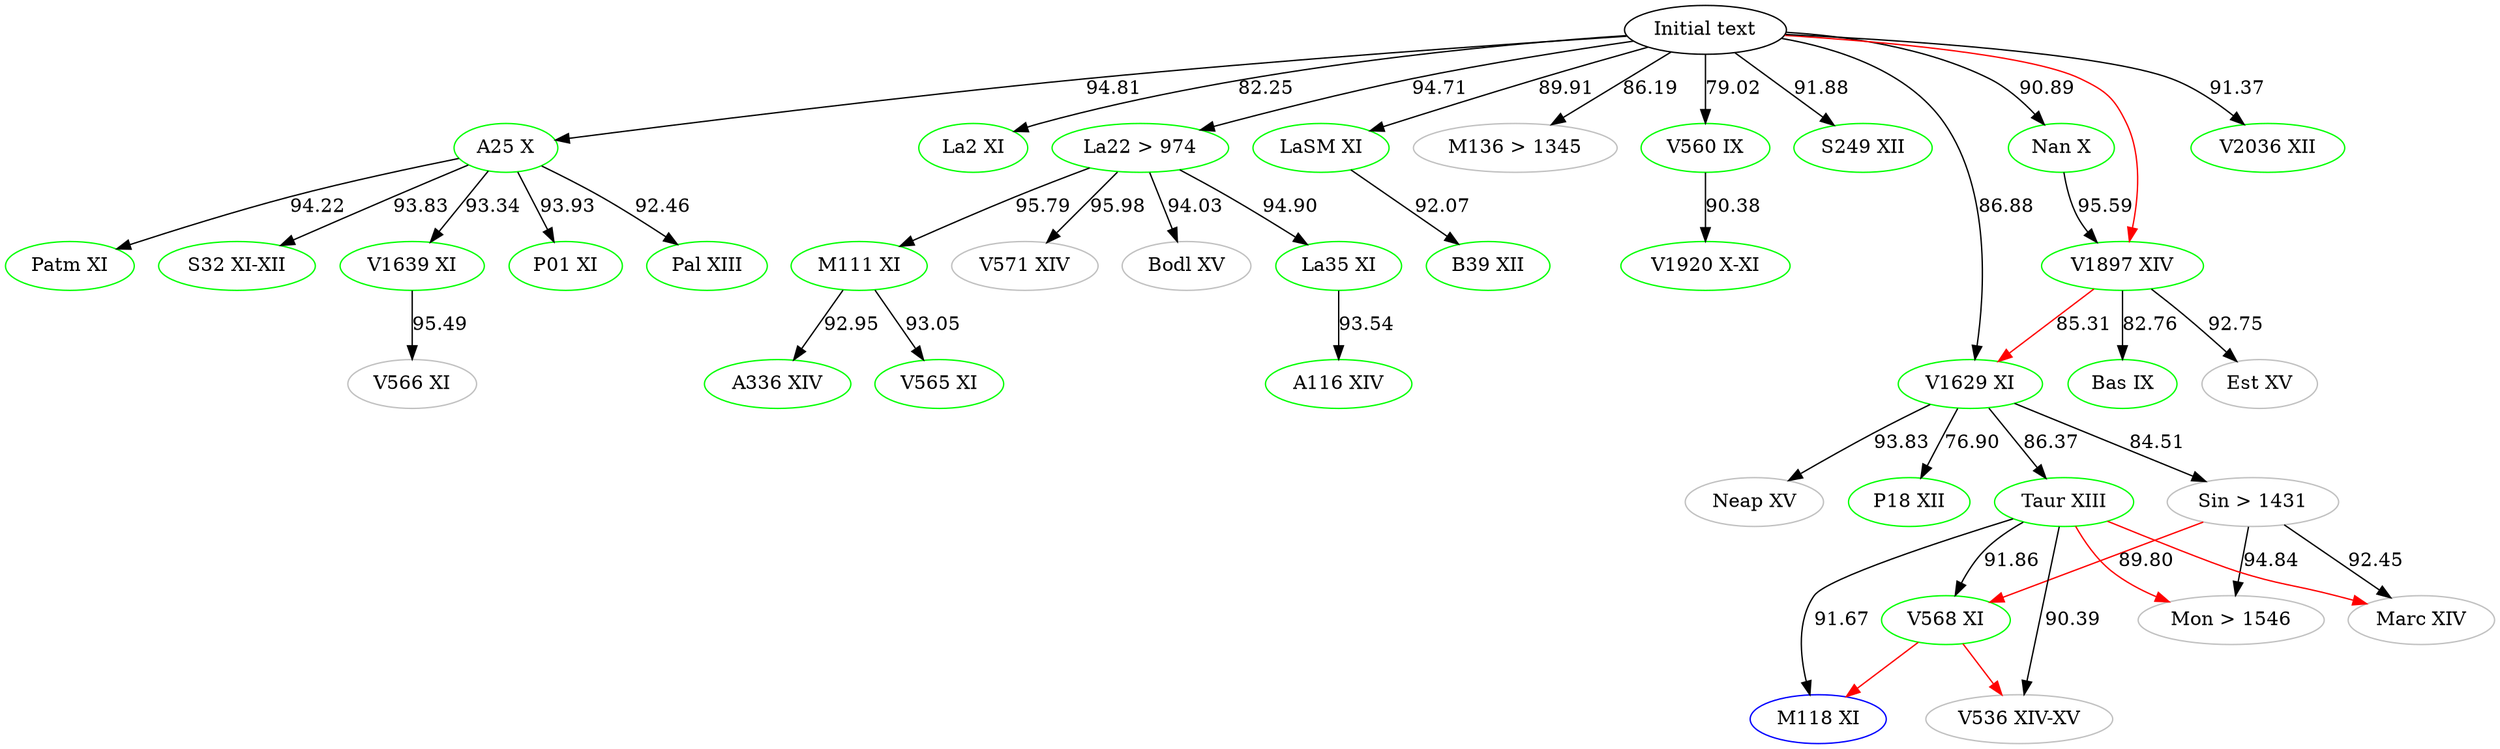
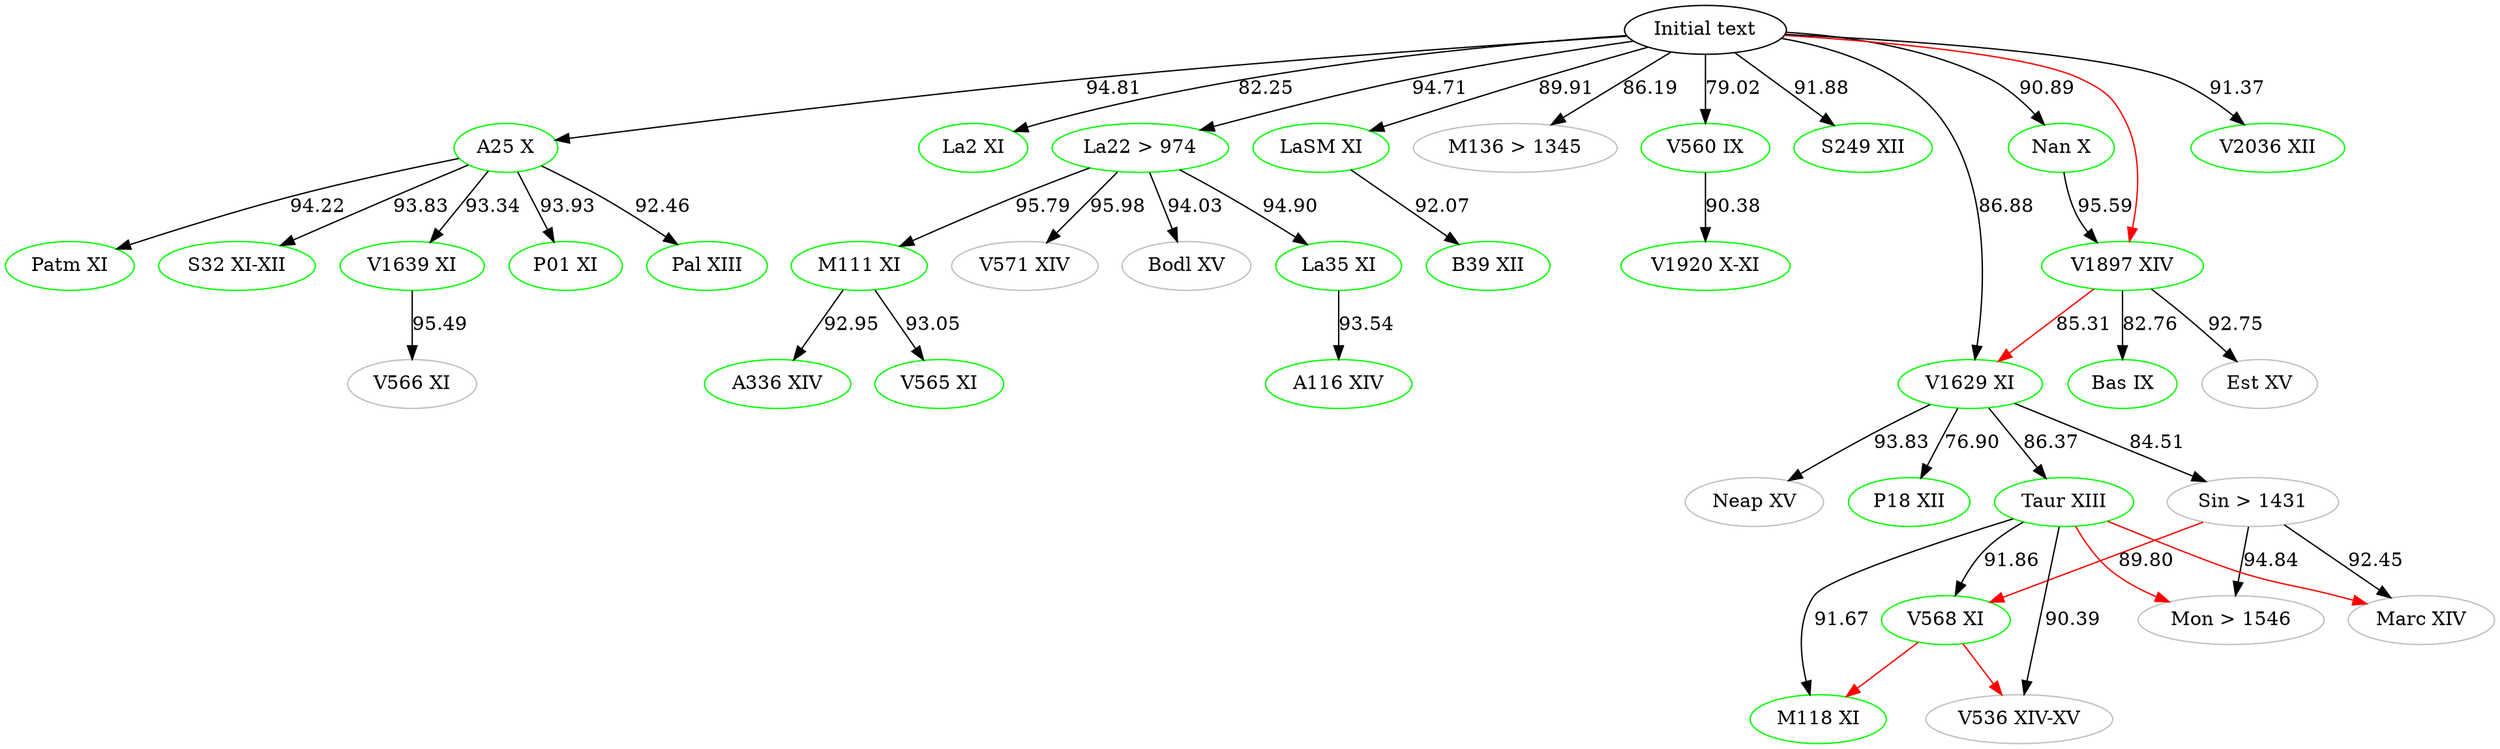
digraph {

    #Top [color="black", label="ω"]
    aBase [color="black", label="Initial text"]
    # Top [color="black", label="Initial text"]
	A116 [label="A116 XIV", color="green"]
	A25 [label="A25 X", color="green"]
	A336 [label="A336 XIV", color="green"]
	B39 [label="B39 XII", color="green"]
	Bas [label="Bas IX", color="green"]
	Bodl [label="Bodl XV", color="grey"]
	Est [label="Est XV", color="grey"]
	La2 [label="La2 XI", color="green"]
	La22 [label="La22 > 974", color="green"]
	La35 [label="La35 XI", color="green"]
	LaSM [label="LaSM XI", color="green"]
	M111 [label="M111 XI", color="green"]
-     M118 [label="M118 XI", color="blue"]
+     M118 [label="M118 XI", color="green"]
    M136 [label="M136 > 1345", color="grey"]
    Marc [label="Marc XIV", color="grey"]
    Mon [label="Mon > 1546", color="grey"]
	Nan [label="Nan X", color="green"]
    Neap [label="Neap XV", color="grey"]
    P01 [label="P01 XI", color="green"]
    P18 [label="P18 XII", color="green"]
	Pal [label="Pal XIII", color="green"]
	Patm [label="Patm XI", color="green"]
    Sin [label="Sin > 1431", color="grey"]
	S32 [label="S32 XI-XII", color="green"]
    S249 [label="S249 XII", color="green"]
    Taur [label="Taur XIII", color="green"]
    V536 [label="V536 XIV-XV", color="grey"]
	V560 [label="V560 IX", color="green"]
	V565 [label="V565 XI", color="green"]
	V566 [label="V566 XI", color="grey"]
	V568 [label="V568 XI", color="green"]
	V571 [label="V571 XIV", color="grey"]
    V1629 [label="V1629 XI", color="green"]
	V1639 [label="V1639 XI", color="green"]
	V1897 [label="V1897 XIV", color="green"]
	V1920 [label="V1920 X-XI", color="green"]
    V2036 [label="V2036 XII", color="green"]




    #Top -> aBase
    aBase -> A25 [label="94.81"]
    aBase -> M136 [label="86.19"]
    aBase -> V2036 [label="91.37"]
    # V2036 -> Patm [label="91.14", color="blue"]
    aBase -> V1629 [label="86.88"]
    aBase -> V560[label="79.02"]
    aBase -> La2 [label="82.25"]
    aBase -> S249 [label="91.88"]
    aBase -> LaSM [label="89.91"]
	aBase -> La22 [label="94.71"]
    aBase -> Nan [label="90.89"]

	# A25 -> M136 [label="85.50"]
    # M136 -> A25 [label="85.50" color="blue"]
	A25 -> Pal [label="92.46"]
	A25 -> P01 [label="93.93"]
    A25 -> V1639 [label="93.34"]
    A25 -> S32 [label="93.83"]
    A25 -> Patm [label="94.22"]

    #A25 -> La2 [color="red"]
    #A25 -> V566[color="red"]
    #A25 -> LaSM[color="red"]
    #A25 -> La22[color="red"]
    #A25 -> M136[color="red"]
    #A25 -> Nan[color="red"]
    #A25 -> S249[color="red"]
    #A25 -> V2036[color="red"]

    #aBase -> P01 [color="red"]
    #aBase -> Pal [color="red"]
    #aBase -> Patm [color="red"]
    #aBase -> La35[color="red"]
    #aBase -> B39[color="red"]
    #aBase -> V1920[color="red"]
    aBase -> V1897[color="red"]
    #aBase -> Neap[color="red"]

    #Bodl -> V1639[color="red"]
    #Patm -> S32[color="red"]
    #Patm -> V560[color="red"]

    #La22 -> A116[color="red"]
    #La22 -> V565[color="red"]
    #La22 -> A336[color="red"]

    Taur -> Mon[color="red"]
    Taur -> Marc[color="red"]

    Sin -> V568[label="89.80" color="red"]

    V568 -> V536[color="red"]
    V568 -> M118[color="red"]

    #V571 -> Bodl[color="red"]
    #M111 -> V571[color="red"]
    #La35 -> M111[color="red"]
    V1897 -> V1629[label="85.31" color="red"]
    #Nan -> Bas[color="red"]
    #Nan -> Est[color="red"]
    #Neap -> Taur[color="red"]
    #Neap -> Sin[color="red"]
   #Neap -> P18[color="red"]




	V1639 -> V566 [label="95.49"]

	La22 -> La35 [label= "94.90"]
	La22 -> M111 [label="95.79"]
	La22 -> Bodl [label="94.03"]
    La22 -> V571 [label="95.98"]

	La35 -> A116 [label="93.54"]

	M111 -> V565 [label="93.05"]
	M111 -> A336 [label="92.95"]



	Sin -> Marc [label="92.45"]

	V1629 -> Neap [label="93.83"]
	V1629 -> Sin [label="84.51"]
	V1629 -> Taur [label="86.37"]
    V1629 -> P18 [label="76.90"]

	Taur -> V568 [label="91.86"]
	Taur -> M118 [label="91.67"]
	Taur -> V536 [label="90.39"]
    # Taur -> Marc [color="blue" label="91.96"]
    # Marc -> Mon [color="blue" label="94.12"]
	Sin -> Mon [label="94.84"]

	V560 -> V1920 [label="90.38"]

	V1897 -> Est [label="92.75"]
    V1897 -> Bas [label="82.76"]

    Nan -> V1897 [label="95.59"]



    LaSM -> B39 [label="92.07"]



}

